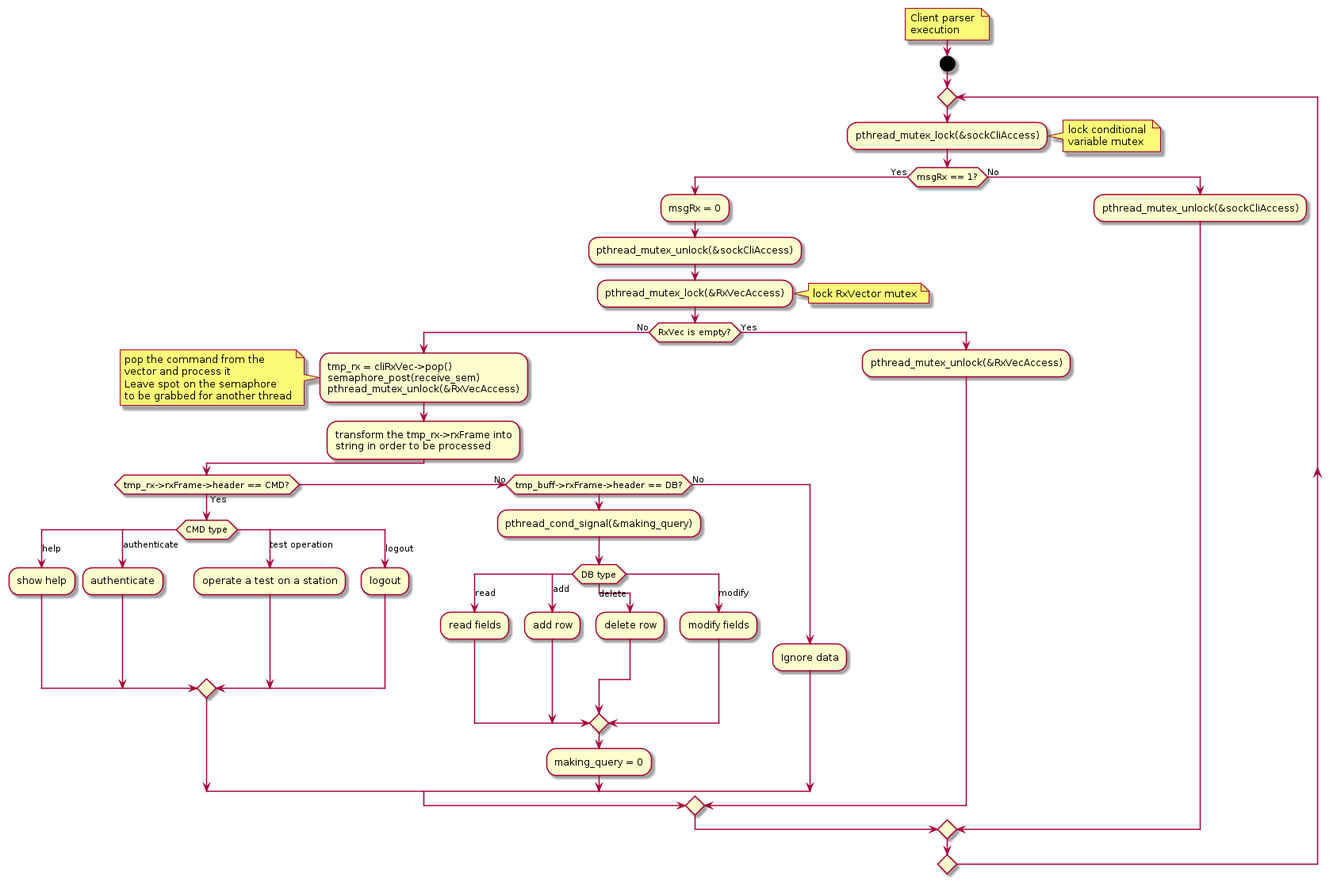
Earlier version of the PlantUML export Proj/diags/plantuml/flowchart/output/rs-parser.png (ElectroQuanta/MDO).
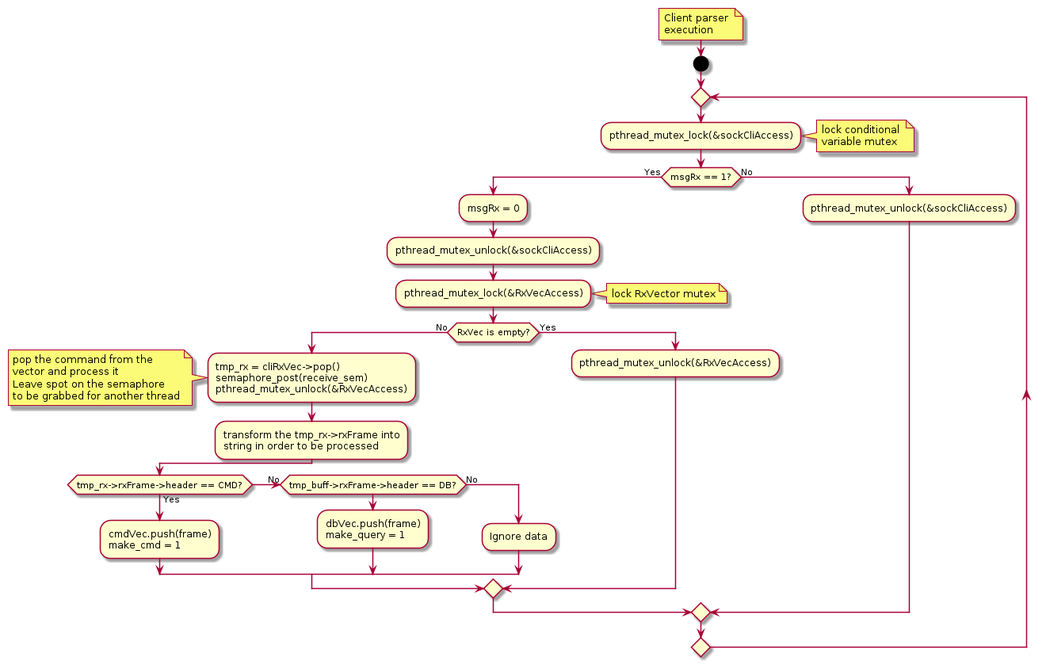
After the change.

Change to the diagram source:
```diff
@@ -30,29 +30,11 @@
                 :transform the tmp_rx->rxFrame into
                 string in order to be processed;
                 if(tmp_rx->rxFrame->header == CMD?) then (Yes)
-                    switch (CMD type)
-                        case (help)
-                            :show help;
-                        case (authenticate)
-                            :authenticate;
-                        case (test operation)
-                            :operate a test on a station;
-                        case (logout)
-                            :logout;
-                    endswitch
+                    :cmdVec.push(frame)
+                    make_cmd = 1;
                 (No) elseif (tmp_buff->rxFrame->header == DB?)
-                    :pthread_cond_signal(&making_query);
-                    switch (DB type)
-                        case (read)
-                            :read fields;
-                        case (add)
-                            :add row;
-                        case (delete)
-                            :delete row;
-                        case (modify)
-                            :modify fields;
-                    endswitch
-                    :making_query = 0;
+                    :dbVec.push(frame)
+                    make_query = 1;
                 else (No)
                     :Ignore data;
                 endif
```
